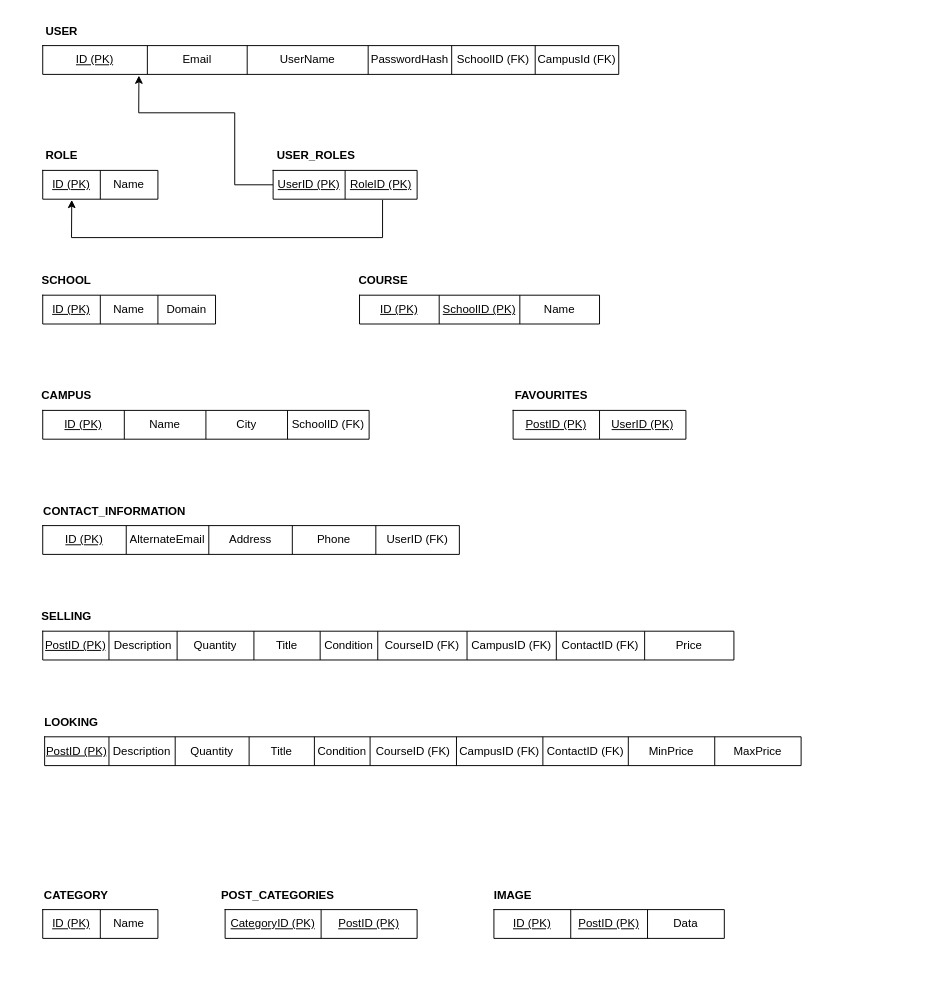
kroyyc/UDeal keeps this draw.io diagram as Design/UDeal-RM.drawio. Above is the earlier version. Source tidied: cells renumbered, new cells numbered last; positions are measured from the earlier drawing's top-left corner, leaving out a move shared by most shapes. Both pictures are drawn from the tidied source at 96%, with x=0, y=0 at pixel (33, 16).
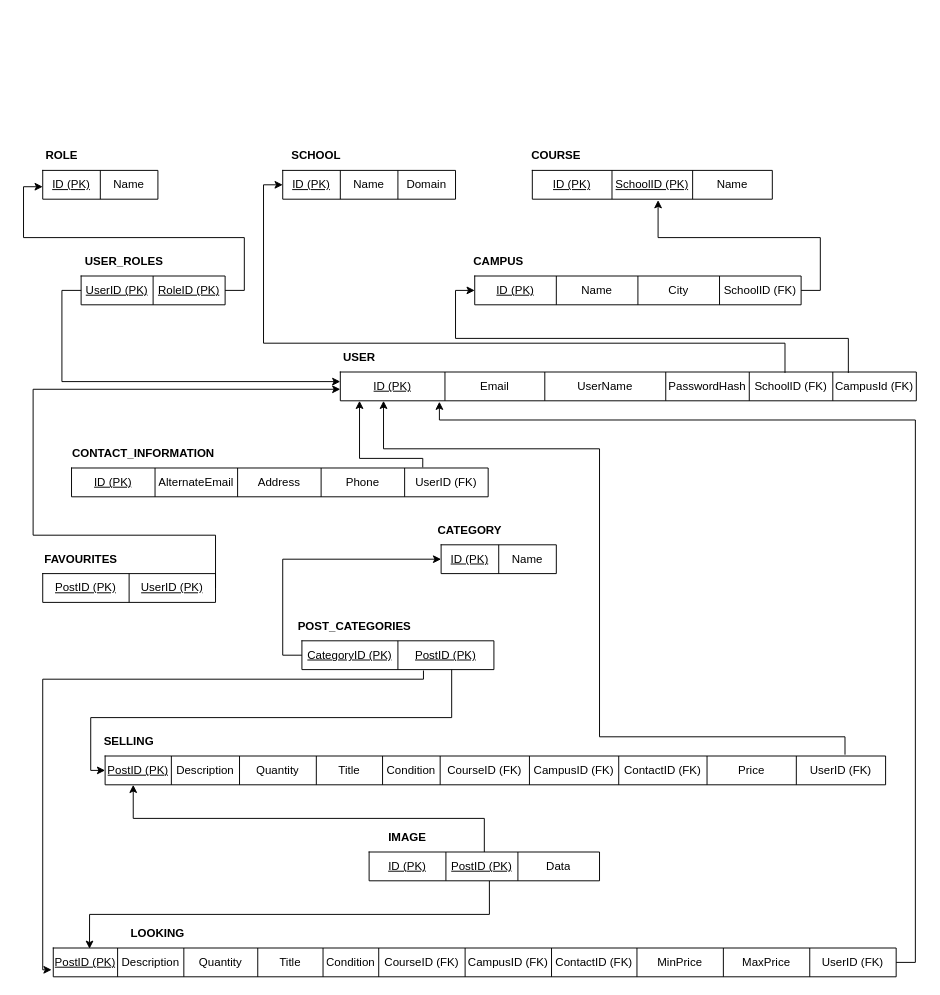
Above is the later version.

The change refers to these unchanged cells:
```xml
<mxCell id="13" style="shape=tableRow;horizontal=0;startSize=0;swimlaneHead=0;swimlaneBody=0;top=0;left=0;bottom=0;right=0;fillColor=none;points=[[0,0.5],[1,0.5]];portConstraint=eastwest;" parent="12" vertex="1">
  <mxGeometry width="600" height="30" as="geometry" />
</mxCell>
<mxCell id="20" style="shape=table;startSize=0;childLayout=tableLayout;" parent="1" vertex="1">
  <mxGeometry x="10" y="160" width="120" height="30" as="geometry" />
</mxCell>
<mxCell id="25" style="shape=tableRow;horizontal=0;startSize=0;swimlaneHead=0;swimlaneBody=0;top=0;left=0;bottom=0;right=0;fillColor=none;points=[[0,0.5],[1,0.5]];portConstraint=eastwest;" parent="24" vertex="1">
  <mxGeometry width="150" height="30" as="geometry" />
</mxCell>
<mxCell id="40" style="shape=tableRow;horizontal=0;startSize=0;swimlaneHead=0;swimlaneBody=0;top=0;left=0;bottom=0;right=0;fillColor=none;points=[[0,0.5],[1,0.5]];portConstraint=eastwest;" parent="39" vertex="1">
  <mxGeometry width="180" height="30" as="geometry" />
</mxCell>
<mxCell id="45" style="shape=tableRow;horizontal=0;startSize=0;swimlaneHead=0;swimlaneBody=0;top=0;left=0;bottom=0;right=0;fillColor=none;points=[[0,0.5],[1,0.5]];portConstraint=eastwest;" parent="44" vertex="1">
  <mxGeometry width="340" height="30" as="geometry" />
</mxCell>
<mxCell id="51" style="shape=tableRow;horizontal=0;startSize=0;swimlaneHead=0;swimlaneBody=0;top=0;left=0;bottom=0;right=0;fillColor=none;points=[[0,0.5],[1,0.5]];portConstraint=eastwest;" parent="50" vertex="1">
  <mxGeometry width="250" height="30" as="geometry" />
</mxCell>
<mxCell id="56" style="shape=tableRow;horizontal=0;startSize=0;swimlaneHead=0;swimlaneBody=0;top=0;left=0;bottom=0;right=0;fillColor=none;points=[[0,0.5],[1,0.5]];portConstraint=eastwest;" parent="55" vertex="1">
  <mxGeometry width="120" height="30" as="geometry" />
</mxCell>
<mxCell id="60" style="shape=tableRow;horizontal=0;startSize=0;swimlaneHead=0;swimlaneBody=0;top=0;left=0;bottom=0;right=0;fillColor=none;points=[[0,0.5],[1,0.5]];portConstraint=eastwest;" parent="59" vertex="1">
  <mxGeometry width="200" height="30" as="geometry" />
</mxCell>
<mxCell id="65" style="shape=tableRow;horizontal=0;startSize=0;swimlaneHead=0;swimlaneBody=0;top=0;left=0;bottom=0;right=0;fillColor=none;points=[[0,0.5],[1,0.5]];portConstraint=eastwest;" parent="64" vertex="1">
  <mxGeometry width="240" height="30" as="geometry" />
</mxCell>
<mxCell id="70" style="shape=tableRow;horizontal=0;startSize=0;swimlaneHead=0;swimlaneBody=0;top=0;left=0;bottom=0;right=0;fillColor=none;points=[[0,0.5],[1,0.5]];portConstraint=eastwest;" parent="69" vertex="1">
  <mxGeometry width="434" height="30" as="geometry" />
</mxCell>
<mxCell id="91" style="shape=tableRow;horizontal=0;startSize=0;swimlaneHead=0;swimlaneBody=0;top=0;left=0;bottom=0;right=0;fillColor=none;points=[[0,0.5],[1,0.5]];portConstraint=eastwest;" parent="90" vertex="1">
  <mxGeometry width="180" height="30" as="geometry" />
</mxCell>
```

What changed in the source:
```diff
@@
     <mxCell id="2" value="&lt;b&gt;USER&lt;/b&gt;" style="text;html=1;strokeColor=none;fillColor=none;align=center;verticalAlign=middle;whiteSpace=wrap;rounded=0;" parent="1" vertex="1">
-      <mxGeometry width="60" height="30" as="geometry" />
+      <mxGeometry x="310" y="340" width="60" height="30" as="geometry" />
     </mxCell>
@@
     <mxCell id="4" value="&lt;b&gt;USER_ROLES&lt;/b&gt;" style="text;html=1;strokeColor=none;fillColor=none;align=center;verticalAlign=middle;whiteSpace=wrap;rounded=0;" parent="1" vertex="1">
-      <mxGeometry x="250" y="130" width="90" height="30" as="geometry" />
+      <mxGeometry x="50" y="240" width="90" height="30" as="geometry" />
     </mxCell>
     <mxCell id="5" value="&lt;b&gt;SELLING&lt;/b&gt;" style="text;html=1;strokeColor=none;fillColor=none;align=center;verticalAlign=middle;whiteSpace=wrap;rounded=0;" parent="1" vertex="1">
-      <mxGeometry x="5" y="610" width="60" height="30" as="geometry" />
+      <mxGeometry x="70" y="740" width="60" height="30" as="geometry" />
     </mxCell>
     <mxCell id="6" value="&lt;b&gt;CONTACT_INFORMATION&lt;/b&gt;" style="text;html=1;strokeColor=none;fillColor=none;align=center;verticalAlign=middle;whiteSpace=wrap;rounded=0;" parent="1" vertex="1">
-      <mxGeometry x="10" y="500" width="150" height="30" as="geometry" />
+      <mxGeometry x="40" y="440" width="150" height="30" as="geometry" />
     </mxCell>
     <mxCell id="7" value="&lt;b&gt;CAMPUS&lt;/b&gt;" style="text;html=1;strokeColor=none;fillColor=none;align=center;verticalAlign=middle;whiteSpace=wrap;rounded=0;" parent="1" vertex="1">
-      <mxGeometry y="380" width="70" height="30" as="geometry" />
+      <mxGeometry x="450" y="240" width="70" height="30" as="geometry" />
     </mxCell>
     <mxCell id="8" value="&lt;b&gt;SCHOOL&lt;/b&gt;" style="text;html=1;strokeColor=none;fillColor=none;align=center;verticalAlign=middle;whiteSpace=wrap;rounded=0;" parent="1" vertex="1">
-      <mxGeometry y="260" width="70" height="30" as="geometry" />
+      <mxGeometry x="260" y="130" width="70" height="30" as="geometry" />
     </mxCell>
     <mxCell id="9" value="&lt;b&gt;COURSE&lt;/b&gt;" style="text;html=1;strokeColor=none;fillColor=none;align=center;verticalAlign=middle;whiteSpace=wrap;rounded=0;" parent="1" vertex="1">
-      <mxGeometry x="330" y="260" width="70" height="30" as="geometry" />
+      <mxGeometry x="510" y="130" width="70" height="30" as="geometry" />
     </mxCell>
     <mxCell id="10" value="&lt;b&gt;CATEGORY&lt;/b&gt;" style="text;html=1;strokeColor=none;fillColor=none;align=center;verticalAlign=middle;whiteSpace=wrap;rounded=0;" parent="1" vertex="1">
-      <mxGeometry x="5" y="900" width="80" height="30" as="geometry" />
+      <mxGeometry x="415" y="520" width="80" height="30" as="geometry" />
     </mxCell>
     <mxCell id="11" value="&lt;b&gt;POST_CATEGORIES&lt;/b&gt;" style="text;html=1;strokeColor=none;fillColor=none;align=center;verticalAlign=middle;whiteSpace=wrap;rounded=0;" parent="1" vertex="1">
-      <mxGeometry x="190" y="900" width="130" height="30" as="geometry" />
+      <mxGeometry x="270" y="620" width="130" height="30" as="geometry" />
     </mxCell>
     <mxCell id="12" style="shape=table;startSize=0;childLayout=tableLayout;" parent="1" vertex="1">
-      <mxGeometry x="10" y="30" width="600" height="30" as="geometry" />
+      <mxGeometry x="320" y="370" width="600" height="30" as="geometry" />
     </mxCell>
@@
-    <mxCell id="21" style="shape=tableRow;horizontal=0;startSize=0;swimlaneHead=0;swimlaneBody=0;top=0;left=0;bottom=0;right=0;fillColor=none;points=[[0,0.5],[1,0.5]];portConstraint=eastwest;" parent="20" vertex="1">
+    <mxCell id="21" style="shape=tableRow;horizontal=0;startSize=0;swimlaneHead=0;swimlaneBody=0;top=0;left=0;bottom=0;right=0;fillColor=none;points=[[0.45,1,0,0,45],[1,0.5,0,0,0]];portConstraint=eastwest;" parent="20" vertex="1">
       <mxGeometry width="120" height="30" as="geometry" />
     </mxCell>
@@
     <mxCell id="24" style="shape=table;startSize=0;childLayout=tableLayout;" parent="1" vertex="1">
-      <mxGeometry x="250" y="160" width="150" height="30" as="geometry" />
+      <mxGeometry x="50" y="270" width="150" height="30" as="geometry" />
     </mxCell>
@@
     <mxCell id="28" style="shape=table;startSize=0;childLayout=tableLayout;" parent="1" vertex="1">
-      <mxGeometry x="10" y="640" width="720" height="30" as="geometry" />
+      <mxGeometry x="75" y="770" width="813" height="30" as="geometry" />
     </mxCell>
     <mxCell id="29" style="shape=tableRow;horizontal=0;startSize=0;swimlaneHead=0;swimlaneBody=0;top=0;left=0;bottom=0;right=0;fillColor=none;points=[[0,0.5],[1,0.5]];portConstraint=eastwest;" parent="28" vertex="1">
-      <mxGeometry width="720" height="30" as="geometry" />
+      <mxGeometry width="813" height="30" as="geometry" />
     </mxCell>
@@
+    <mxCell id="96" value="UserID (FK)" style="shape=partialRectangle;html=1;whiteSpace=wrap;overflow=hidden;fillColor=none;top=0;left=0;bottom=0;right=0;" parent="29" vertex="1">
+      <mxGeometry x="720" width="93" height="30" as="geometry" />
+    </mxCell>
     <mxCell id="39" style="shape=table;startSize=0;childLayout=tableLayout;" parent="1" vertex="1">
-      <mxGeometry x="10" y="290" width="180" height="30" as="geometry" />
+      <mxGeometry x="260" y="160" width="180" height="30" as="geometry" />
     </mxCell>
@@
     <mxCell id="44" style="shape=table;startSize=0;childLayout=tableLayout;" parent="1" vertex="1">
-      <mxGeometry x="10" y="410" width="340" height="30" as="geometry" />
+      <mxGeometry x="460" y="270" width="340" height="30" as="geometry" />
     </mxCell>
@@
     <mxCell id="50" style="shape=table;startSize=0;childLayout=tableLayout;" parent="1" vertex="1">
-      <mxGeometry x="340" y="290" width="250" height="30" as="geometry" />
+      <mxGeometry x="520" y="160" width="250" height="30" as="geometry" />
     </mxCell>
@@
     <mxCell id="55" style="shape=table;startSize=0;childLayout=tableLayout;" parent="1" vertex="1">
-      <mxGeometry x="10" y="930" width="120" height="30" as="geometry" />
+      <mxGeometry x="425" y="550" width="120" height="30" as="geometry" />
     </mxCell>
@@
     <mxCell id="59" style="shape=table;startSize=0;childLayout=tableLayout;" parent="1" vertex="1">
-      <mxGeometry x="200" y="930" width="200" height="30" as="geometry" />
+      <mxGeometry x="280" y="650" width="200" height="30" as="geometry" />
     </mxCell>
@@
     <mxCell id="63" value="&lt;b&gt;IMAGE&lt;/b&gt;" style="text;html=1;strokeColor=none;fillColor=none;align=center;verticalAlign=middle;whiteSpace=wrap;rounded=0;" parent="1" vertex="1">
-      <mxGeometry x="470" y="900" width="60" height="30" as="geometry" />
+      <mxGeometry x="360" y="840" width="60" height="30" as="geometry" />
     </mxCell>
     <mxCell id="64" style="shape=table;startSize=0;childLayout=tableLayout;" parent="1" vertex="1">
-      <mxGeometry x="480" y="930" width="240" height="30" as="geometry" />
+      <mxGeometry x="350" y="870" width="240" height="30" as="geometry" />
     </mxCell>
@@
     <mxCell id="67" value="&lt;u&gt;PostID (PK)&lt;/u&gt;" style="shape=partialRectangle;html=1;whiteSpace=wrap;overflow=hidden;fillColor=none;top=0;left=0;bottom=0;right=0;" parent="65" vertex="1">
-      <mxGeometry x="80" width="80" height="30" as="geometry" />
+      <mxGeometry x="80" width="75" height="30" as="geometry" />
     </mxCell>
     <mxCell id="68" value="Data" style="shape=partialRectangle;html=1;whiteSpace=wrap;overflow=hidden;fillColor=none;top=0;left=0;bottom=0;right=0;" parent="65" vertex="1">
-      <mxGeometry x="160" width="80" height="30" as="geometry" />
+      <mxGeometry x="155" width="85" height="30" as="geometry" />
     </mxCell>
     <mxCell id="69" style="shape=table;startSize=0;childLayout=tableLayout;" parent="1" vertex="1">
-      <mxGeometry x="10" y="530" width="434" height="30" as="geometry" />
+      <mxGeometry x="40" y="470" width="434" height="30" as="geometry" />
     </mxCell>
@@
     <mxCell id="76" value="&lt;b&gt;LOOKING&lt;/b&gt;" style="text;html=1;strokeColor=none;fillColor=none;align=center;verticalAlign=middle;whiteSpace=wrap;rounded=0;" parent="1" vertex="1">
-      <mxGeometry x="10" y="720" width="60" height="30" as="geometry" />
+      <mxGeometry x="100" y="940" width="60" height="30" as="geometry" />
     </mxCell>
     <mxCell id="77" style="shape=table;startSize=0;childLayout=tableLayout;" parent="1" vertex="1">
-      <mxGeometry x="12" y="750" width="788" height="30" as="geometry" />
+      <mxGeometry x="21" y="970" width="878" height="30" as="geometry" />
     </mxCell>
     <mxCell id="78" style="shape=tableRow;horizontal=0;startSize=0;swimlaneHead=0;swimlaneBody=0;top=0;left=0;bottom=0;right=0;fillColor=none;points=[[0,0.5],[1,0.5]];portConstraint=eastwest;" parent="77" vertex="1">
-      <mxGeometry width="788" height="30" as="geometry" />
+      <mxGeometry width="878" height="30" as="geometry" />
     </mxCell>
@@
+    <mxCell id="97" value="UserID (FK)" style="shape=partialRectangle;html=1;whiteSpace=wrap;overflow=hidden;fillColor=none;top=0;left=0;bottom=0;right=0;" parent="78" vertex="1">
+      <mxGeometry x="788" width="90" height="30" as="geometry" />
+    </mxCell>
     <mxCell id="89" value="&lt;b&gt;FAVOURITES&lt;/b&gt;" style="text;html=1;strokeColor=none;fillColor=none;align=center;verticalAlign=middle;whiteSpace=wrap;rounded=0;" parent="1" vertex="1">
-      <mxGeometry x="500" y="380" width="80" height="30" as="geometry" />
+      <mxGeometry x="10" y="550" width="80" height="30" as="geometry" />
     </mxCell>
     <mxCell id="90" style="shape=table;startSize=0;childLayout=tableLayout;" parent="1" vertex="1">
-      <mxGeometry x="500" y="410" width="180" height="30" as="geometry" />
+      <mxGeometry x="10" y="580" width="180" height="30" as="geometry" />
     </mxCell>
@@
-    <mxCell id="94" style="endArrow=classic;html=1;rounded=0;exitX=0;exitY=0.5;exitDx=0;exitDy=0;entryX=0.167;entryY=1.042;entryDx=0;entryDy=0;entryPerimeter=0;" parent="1" edge="1" source="25" target="13">
+    <mxCell id="94" style="edgeStyle=orthogonalEdgeStyle;rounded=0;jettySize=auto;html=1;exitX=0;exitY=0.5;exitDx=0;exitDy=0;" parent="1" edge="1" source="25" target="13">
       <mxGeometry relative="1" as="geometry">
         <Array as="points">
-          <mxPoint x="210" y="175" />
-          <mxPoint x="210" y="100" />
-          <mxPoint x="110" y="100" />
+          <mxPoint x="30" y="285" />
+          <mxPoint x="30" y="380" />
         </Array>
       </mxGeometry>
     </mxCell>
-    <mxCell id="95" style="endArrow=classic;html=1;rounded=0;entryX=0.252;entryY=1.025;entryDx=0;entryDy=0;entryPerimeter=0;exitX=0.76;exitY=1.025;exitDx=0;exitDy=0;exitPerimeter=0;" parent="1" edge="1" source="25" target="21">
-      <mxGeometry relative="1" as="geometry">
-        <Array as="points">
-          <mxPoint x="364" y="230" />
-          <mxPoint x="40" y="230" />
-        </Array>
-      </mxGeometry>
+    <mxCell id="95" style="edgeStyle=orthogonalEdgeStyle;rounded=0;jettySize=auto;html=1;exitX=1;exitY=0.5;exitDx=0;exitDy=0;entryX=0;entryY=0.567;entryDx=0;entryDy=0;entryPerimeter=0;" parent="1" edge="1" source="25" target="21">
+      <mxGeometry relative="1" as="geometry" />
     </mxCell>
+    <mxCell id="98" style="edgeStyle=orthogonalEdgeStyle;rounded=0;jettySize=auto;html=1;exitX=1;exitY=0.5;exitDx=0;exitDy=0;entryX=0.524;entryY=1.033;entryDx=0;entryDy=0;entryPerimeter=0;" parent="1" edge="1" source="45" target="51">
+      <mxGeometry relative="1" as="geometry" />
+    </mxCell>
+    <mxCell id="99" style="edgeStyle=orthogonalEdgeStyle;rounded=0;jettySize=auto;html=1;exitX=0.882;exitY=0.033;exitDx=0;exitDy=0;entryX=0;entryY=0.5;entryDx=0;entryDy=0;exitPerimeter=0;" parent="1" edge="1" source="13" target="45">
+      <mxGeometry relative="1" as="geometry" />
+    </mxCell>
+    <mxCell id="100" style="edgeStyle=orthogonalEdgeStyle;rounded=0;jettySize=auto;html=1;exitX=0.843;exitY=-0.021;exitDx=0;exitDy=0;exitPerimeter=0;" parent="1" edge="1" source="70" target="13">
+      <mxGeometry relative="1" as="geometry">
+        <Array as="points">
+          <mxPoint x="406" y="460" />
+          <mxPoint x="340" y="460" />
+        </Array>
+      </mxGeometry>
+    </mxCell>
+    <mxCell id="101" style="edgeStyle=orthogonalEdgeStyle;rounded=0;jettySize=auto;html=1;exitX=0;exitY=0.5;exitDx=0;exitDy=0;entryX=0;entryY=0.5;entryDx=0;entryDy=0;" parent="1" edge="1" source="60" target="56">
+      <mxGeometry relative="1" as="geometry" />
+    </mxCell>
+    <mxCell id="102" style="edgeStyle=orthogonalEdgeStyle;rounded=0;jettySize=auto;html=1;exitX=1;exitY=0.5;exitDx=0;exitDy=0;" parent="1" edge="1" source="91" target="13">
+      <mxGeometry relative="1" as="geometry">
+        <Array as="points">
+          <mxPoint x="190" y="540" />
+          <mxPoint y="540" />
+          <mxPoint y="388" />
+        </Array>
+      </mxGeometry>
+    </mxCell>
+    <mxCell id="103" style="edgeStyle=orthogonalEdgeStyle;rounded=0;jettySize=auto;html=1;exitX=0.633;exitY=1.031;exitDx=0;exitDy=0;entryX=-0.002;entryY=0.757;entryDx=0;entryDy=0;exitPerimeter=0;entryPerimeter=0;" parent="1" edge="1" source="60" target="78">
+      <mxGeometry relative="1" as="geometry">
+        <Array as="points">
+          <mxPoint x="407" y="690" />
+          <mxPoint x="10" y="690" />
+          <mxPoint x="10" y="993" />
+        </Array>
+      </mxGeometry>
+    </mxCell>
+    <mxCell id="104" style="edgeStyle=orthogonalEdgeStyle;rounded=0;jettySize=auto;html=1;entryX=0;entryY=0.5;entryDx=0;entryDy=0;" parent="1" edge="1" source="60" target="29">
+      <mxGeometry relative="1" as="geometry">
+        <Array as="points">
+          <mxPoint x="436" y="730" />
+          <mxPoint x="60" y="730" />
+          <mxPoint x="60" y="785" />
+        </Array>
+      </mxGeometry>
+    </mxCell>
+    <mxCell id="105" style="edgeStyle=orthogonalEdgeStyle;rounded=0;jettySize=auto;html=1;exitX=0.5;exitY=0;exitDx=0;exitDy=0;entryX=0.036;entryY=1;entryDx=0;entryDy=0;entryPerimeter=0;exitPerimeter=0;" parent="1" edge="1" source="65" target="29">
+      <mxGeometry relative="1" as="geometry" />
+    </mxCell>
+    <mxCell id="106" style="edgeStyle=orthogonalEdgeStyle;rounded=0;jettySize=auto;html=1;entryX=0.043;entryY=0.028;entryDx=0;entryDy=0;entryPerimeter=0;exitX=0.522;exitY=1.004;exitDx=0;exitDy=0;exitPerimeter=0;" parent="1" edge="1" source="65" target="78">
+      <mxGeometry relative="1" as="geometry" />
+    </mxCell>
+    <mxCell id="107" style="edgeStyle=orthogonalEdgeStyle;rounded=0;jettySize=auto;html=1;exitX=0.772;exitY=0.031;exitDx=0;exitDy=0;entryX=0;entryY=0.5;entryDx=0;entryDy=0;exitPerimeter=0;" parent="1" edge="1" source="13" target="40">
+      <mxGeometry relative="1" as="geometry">
+        <Array as="points">
+          <mxPoint x="783" y="340" />
+          <mxPoint x="240" y="340" />
+          <mxPoint x="240" y="175" />
+        </Array>
+      </mxGeometry>
+    </mxCell>
+    <mxCell id="108" style="edgeStyle=orthogonalEdgeStyle;rounded=0;jettySize=auto;html=1;exitX=0.948;exitY=-0.046;exitDx=0;exitDy=0;exitPerimeter=0;" parent="1" edge="1" source="29" target="13">
+      <mxGeometry relative="1" as="geometry">
+        <Array as="points">
+          <mxPoint x="846" y="750" />
+          <mxPoint x="590" y="750" />
+          <mxPoint x="590" y="450" />
+          <mxPoint x="365" y="450" />
+        </Array>
+      </mxGeometry>
+    </mxCell>
+    <mxCell id="109" style="edgeStyle=orthogonalEdgeStyle;rounded=0;jettySize=auto;html=1;exitX=1;exitY=0.5;exitDx=0;exitDy=0;entryX=0.172;entryY=1.031;entryDx=0;entryDy=0;entryPerimeter=0;" parent="1" edge="1" source="78" target="13">
+      <mxGeometry relative="1" as="geometry">
+        <Array as="points">
+          <mxPoint x="919" y="985" />
+          <mxPoint x="919" y="420" />
+          <mxPoint x="423" y="420" />
+        </Array>
+      </mxGeometry>
+    </mxCell>
```
